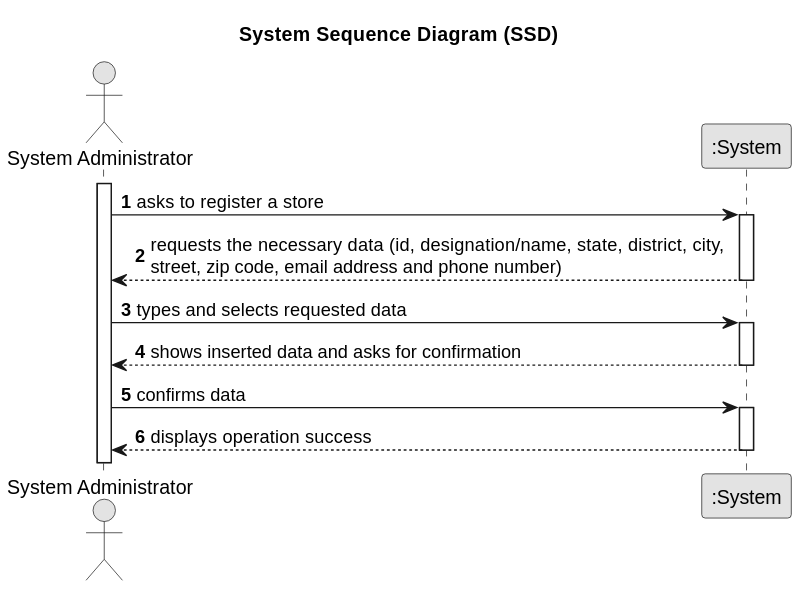
Above: docs/sprintB/US05/01.requirements-engineering/svg/us05-system-sequence-diagram.svg in PureNimble/ISEP-LAPR2 (PlantUML), before the change.
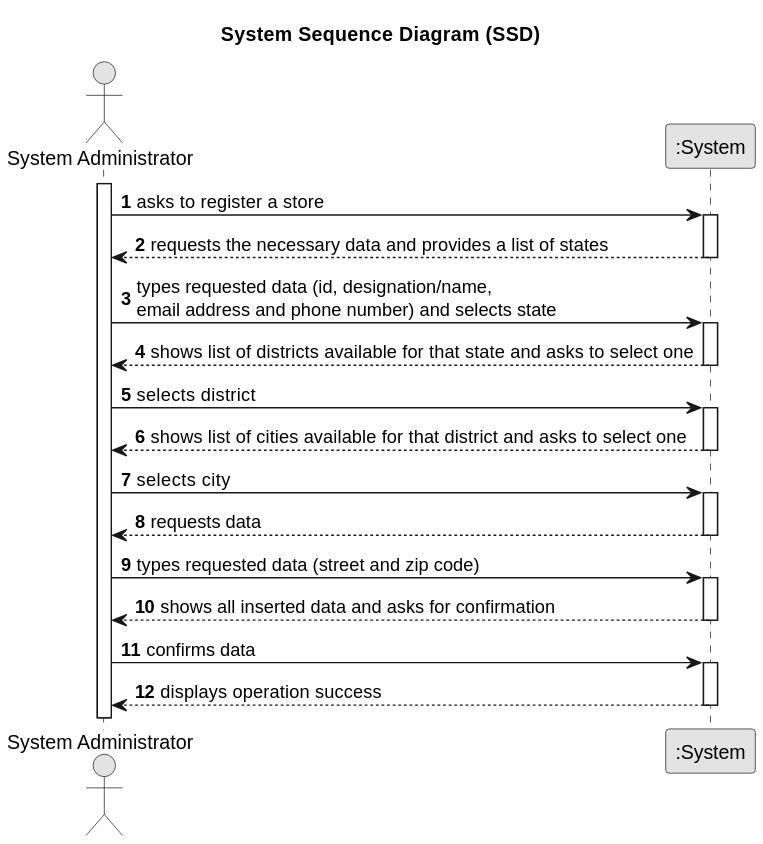
The same file after the commit.

The edit, as a diff of the source:
```diff
@@ -15,13 +15,31 @@
     Admin -> System : asks to register a store
     activate System
 
-        System --> Admin : requests the necessary data (id, designation/name, state, district, city, \nstreet, zip code, email address and phone number)
+        System --> Admin : requests the necessary data and provides a list of states
     deactivate System
 
-    Admin -> System : types and selects requested data
+    Admin -> System : types requested data (id, designation/name, \nemail address and phone number) and selects state
     activate System
 
-        System --> Admin : shows inserted data and asks for confirmation
+        System --> Admin : shows list of districts available for that state and asks to select one
+    deactivate System
+
+    Admin -> System : selects district
+    activate System
+
+        System --> Admin : shows list of cities available for that district and asks to select one
+    deactivate System
+
+    Admin -> System : selects city
+    activate System
+
+        System --> Admin : requests data
+    deactivate System
+
+    Admin -> System : types requested data (street and zip code)
+    activate System
+
+        System --> Admin : shows all inserted data and asks for confirmation
     deactivate System
 
     Admin -> System : confirms data
```
